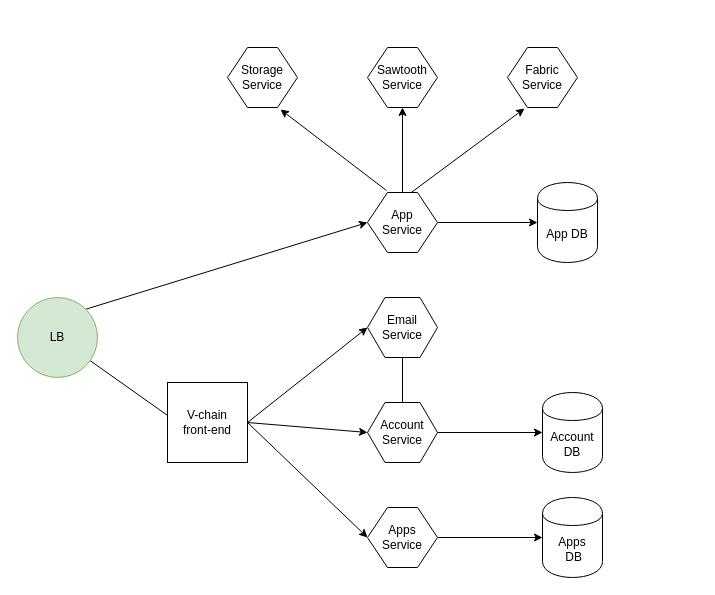
Before: page "architecture" (1 of 2) of v-chain microservices architecture.drawio in NTT-TNN/draw, a draw.io diagram. Source tidied: cells renumbered, new cells numbered last; positions are measured from the earlier drawing's top-left corner, leaving out a move shared by most shapes. Both pictures are drawn from the tidied source at 100%, with x=0, y=0 at pixel (17, 47).
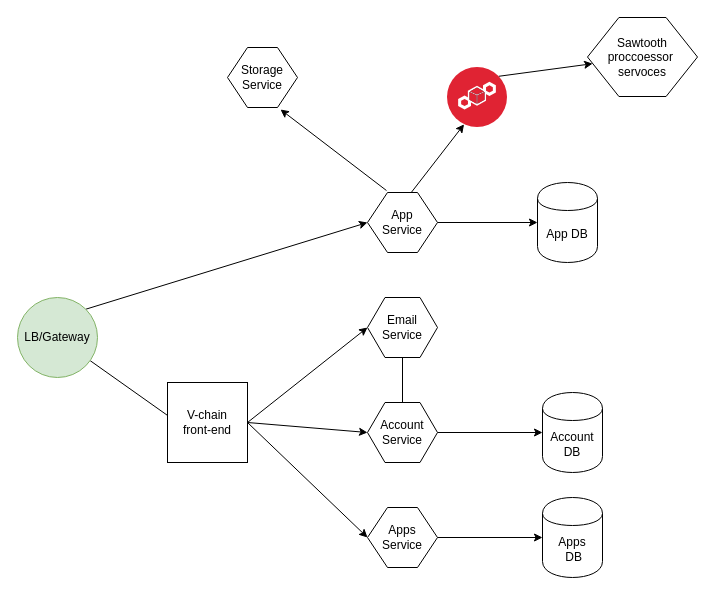
Above is the later version.

The change refers to these unchanged cells:
```xml
<mxCell id="12" value="App&lt;br&gt;Service" style="shape=hexagon;html=1;whiteSpace=wrap;perimeter=hexagonPerimeter;rounded=0;size=0.2857142857142857;" parent="1" vertex="1">
  <mxGeometry x="350" y="145" width="70" height="60" as="geometry" />
</mxCell>
```

Change to the diagram source:
```diff
@@
-    <mxCell id="7" value="LB" style="ellipse;whiteSpace=wrap;html=1;fillColor=#d5e8d4;strokeColor=#82b366;" parent="1" vertex="1">
+    <mxCell id="7" value="LB/Gateway" style="ellipse;whiteSpace=wrap;html=1;fillColor=#d5e8d4;strokeColor=#82b366;" parent="1" vertex="1">
       <mxGeometry y="250" width="80" height="80" as="geometry" />
     </mxCell>
@@
-    <mxCell id="10" style="edgeStyle=none;rounded=0;jettySize=auto;html=1;exitX=0.5;exitY=0;exitDx=0;exitDy=0;entryX=0.5;entryY=1;entryDx=0;entryDy=0;" parent="1" edge="1" source="12" target="20">
-      <mxGeometry relative="1" as="geometry" />
-    </mxCell>
-    <mxCell id="11" style="edgeStyle=none;rounded=0;jettySize=auto;html=1;exitX=0.625;exitY=0;exitDx=0;exitDy=0;entryX=0.243;entryY=1.017;entryDx=0;entryDy=0;entryPerimeter=0;" parent="1" edge="1" source="12" target="21">
-      <mxGeometry relative="1" as="geometry" />
-    </mxCell>
+    <mxCell id="26" style="rounded=0;jettySize=auto;html=1;exitX=0.625;exitY=0;exitDx=0;exitDy=0;entryX=0.25;entryY=1;entryDx=0;entryDy=0;" parent="1" edge="1" source="12" target="28">
+      <mxGeometry relative="1" as="geometry" />
+    </mxCell>
@@
-    <mxCell id="20" value="Sawtooth&lt;br&gt;Service" style="shape=hexagon;html=1;whiteSpace=wrap;perimeter=hexagonPerimeter;rounded=0;size=0.2857142857142857;" parent="1" vertex="1">
-      <mxGeometry x="350" width="70" height="60" as="geometry" />
-    </mxCell>
-    <mxCell id="21" value="Fabric&lt;br&gt;Service" style="shape=hexagon;html=1;whiteSpace=wrap;perimeter=hexagonPerimeter;rounded=0;size=0.2857142857142857;" parent="1" vertex="1">
-      <mxGeometry x="490" width="70" height="60" as="geometry" />
+    <mxCell id="21" value="Sawtooth proccoessor&amp;nbsp;&lt;br&gt;servoces" style="shape=hexagon;html=1;whiteSpace=wrap;perimeter=hexagonPerimeter;rounded=0;size=0.2857142857142857;" parent="1" vertex="1">
+      <mxGeometry x="570" y="-30" width="110" height="79" as="geometry" />
     </mxCell>
@@
+    <mxCell id="27" style="edgeStyle=none;rounded=0;jettySize=auto;html=1;exitX=1;exitY=0;exitDx=0;exitDy=0;" parent="1" edge="1" source="28" target="21">
+      <mxGeometry relative="1" as="geometry" />
+    </mxCell>
+    <mxCell id="28" style="perimeter=ellipsePerimeter;html=1;align=center;shadow=0;dashed=0;fontColor=#4277BB;labelBackgroundColor=#ffffff;fontSize=12;spacingTop=3;image;image=img/lib/ibm/security/blockchain_security_service.svg;" parent="1" vertex="1">
+      <mxGeometry x="430" y="20" width="60" height="60" as="geometry" />
+    </mxCell>
```
